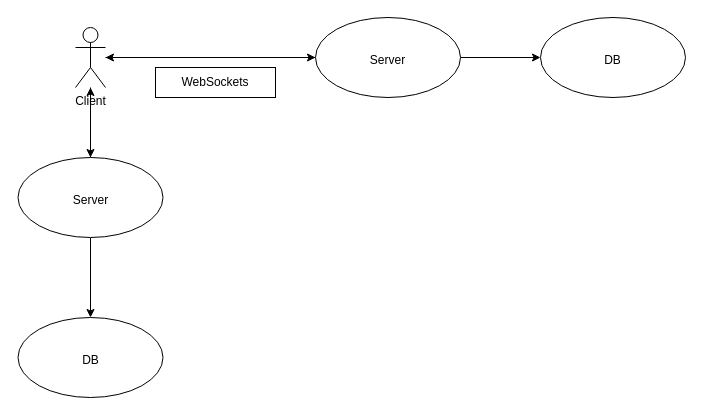
Above: Arquitetura de sistemas.drawio in RickyBoyy/DnD (draw.io), before the change. Source tidied: cells renumbered, new cells numbered last; positions are measured from the earlier drawing's top-left corner, leaving out a move shared by most shapes. Both pictures are drawn from the tidied source at 100%, with x=0, y=0 at pixel (17, 17).
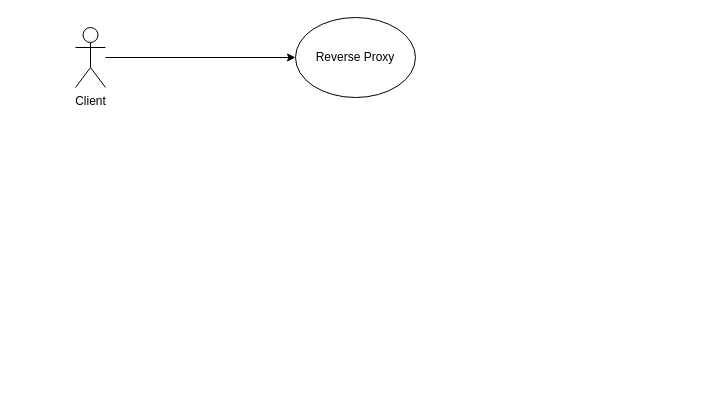
The same page after the edit.

Change to the diagram source:
```diff
@@
 <mxGraphModel>
   <root>
     <mxCell id="0" />
     <mxCell id="1" parent="0" />
-    <mxCell id="2" style="edgeStyle=orthogonalEdgeStyle;rounded=0;jettySize=auto;html=1;" parent="1" edge="1" source="4" target="7">
-      <mxGeometry relative="1" as="geometry" />
-    </mxCell>
-    <mxCell id="3" style="edgeStyle=orthogonalEdgeStyle;rounded=0;jettySize=auto;html=1;" parent="1" edge="1" source="4" target="11">
-      <mxGeometry relative="1" as="geometry" />
-    </mxCell>
+    <mxCell id="14" style="edgeStyle=orthogonalEdgeStyle;rounded=0;jettySize=auto;html=1;" parent="1" edge="1" source="4" target="15">
+      <mxGeometry relative="1" as="geometry" />
+    </mxCell>
     <mxCell id="4" value="Client" style="shape=umlActor;verticalLabelPosition=bottom;verticalAlign=top;html=1;outlineConnect=0;" parent="1" vertex="1">
       <mxGeometry x="58" y="10" width="30" height="60" as="geometry" />
     </mxCell>
-    <mxCell id="5" style="edgeStyle=orthogonalEdgeStyle;rounded=0;jettySize=auto;html=1;" parent="1" edge="1" source="7" target="4">
-      <mxGeometry relative="1" as="geometry" />
-    </mxCell>
-    <mxCell id="6" style="edgeStyle=orthogonalEdgeStyle;rounded=0;jettySize=auto;html=1;" parent="1" edge="1" source="7" target="13">
-      <mxGeometry relative="1" as="geometry" />
-    </mxCell>
-    <mxCell id="7" value="&lt;div&gt;&lt;br&gt;&lt;/div&gt;&lt;div&gt;&lt;br&gt;&lt;/div&gt;&lt;div&gt;Server&lt;/div&gt;" style="ellipse;whiteSpace=wrap;html=1;verticalAlign=top;" parent="1" vertex="1">
-      <mxGeometry x="298" width="145" height="80" as="geometry" />
-    </mxCell>
-    <mxCell id="8" value="WebSockets" style="rounded=0;whiteSpace=wrap;html=1;" parent="1" vertex="1">
-      <mxGeometry x="138" y="50" width="120" height="30" as="geometry" />
-    </mxCell>
-    <mxCell id="9" style="edgeStyle=orthogonalEdgeStyle;rounded=0;jettySize=auto;html=1;" parent="1" edge="1" source="11" target="4">
-      <mxGeometry relative="1" as="geometry" />
-    </mxCell>
-    <mxCell id="10" style="edgeStyle=orthogonalEdgeStyle;rounded=0;jettySize=auto;html=1;" parent="1" edge="1" source="11" target="12">
-      <mxGeometry relative="1" as="geometry" />
-    </mxCell>
-    <mxCell id="11" value="&lt;div&gt;&lt;br&gt;&lt;/div&gt;&lt;div&gt;&lt;br&gt;&lt;/div&gt;&lt;div&gt;Server&lt;/div&gt;" style="ellipse;whiteSpace=wrap;html=1;verticalAlign=top;" parent="1" vertex="1">
-      <mxGeometry x="0.5" y="140" width="145" height="80" as="geometry" />
-    </mxCell>
-    <mxCell id="12" value="&lt;div&gt;&lt;br&gt;&lt;/div&gt;&lt;div&gt;&lt;br&gt;&lt;/div&gt;&lt;div&gt;DB&lt;/div&gt;" style="ellipse;whiteSpace=wrap;html=1;verticalAlign=top;" parent="1" vertex="1">
-      <mxGeometry x="0.5" y="300" width="145" height="80" as="geometry" />
-    </mxCell>
-    <mxCell id="13" value="&lt;div&gt;&lt;br&gt;&lt;/div&gt;&lt;div&gt;&lt;br&gt;&lt;/div&gt;&lt;div&gt;DB&lt;/div&gt;" style="ellipse;whiteSpace=wrap;html=1;verticalAlign=top;" parent="1" vertex="1">
-      <mxGeometry x="523" width="145" height="80" as="geometry" />
-    </mxCell>
+    <mxCell id="15" value="Reverse Proxy" style="ellipse;whiteSpace=wrap;html=1;" parent="1" vertex="1">
+      <mxGeometry x="278" width="120" height="80" as="geometry" />
+    </mxCell>
   </root>
 </mxGraphModel>
```
